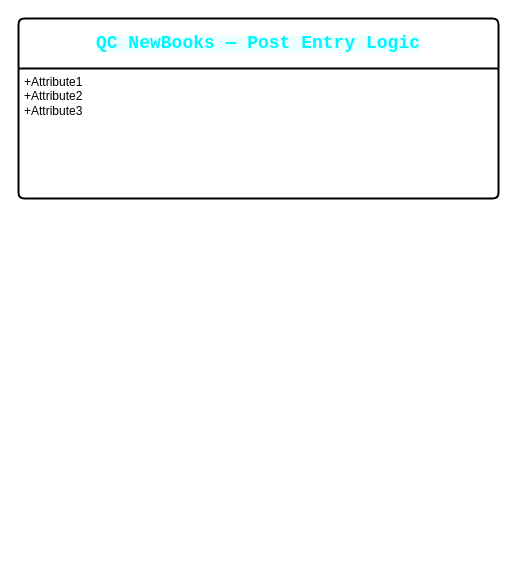
Earlier version of the draw.io diagram QC_NewBooks_Diagrams.drawio (RBOUHOUCHE/diagram-qc-new-books). Source tidied: cells renumbered, new cells numbered last; positions are measured from the earlier drawing's top-left corner, leaving out a move shared by most shapes. Both pictures are drawn from the tidied source at 100%, with x=0, y=0 at pixel (18, 18).
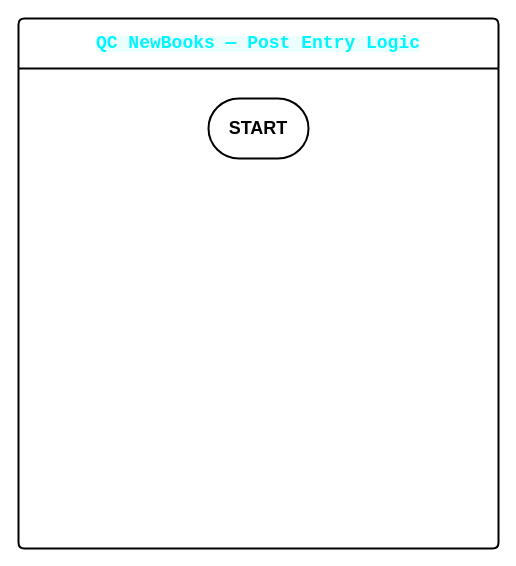
The same page after the edit.

What changed in the source:
```diff
@@
 <mxGraphModel>
   <root>
     <mxCell id="0" />
     <mxCell id="1" parent="0" />
     <mxCell id="2" value="&lt;span style=&quot;color: rgb(0, 245, 255); font-family: &amp;quot;Share Tech Mono&amp;quot;, monospace; text-align: start; background-color: rgba(0, 245, 255, 0.08);&quot;&gt;&lt;b style=&quot;&quot;&gt;&lt;font style=&quot;font-size: 18px;&quot;&gt;QC NewBooks — Post Entry Logic&lt;/font&gt;&lt;/b&gt;&lt;/span&gt;" style="swimlane;horizontal=1;startSize=50;rounded=1;fontSize=14;fontStyle=0;strokeWidth=2;shadow=0;dashed=0;align=center;arcSize=4;whiteSpace=wrap;html=1;" parent="1" vertex="1">
-      <mxGeometry width="480" height="180" as="geometry" />
+      <mxGeometry width="480" height="530" as="geometry" />
     </mxCell>
-    <mxCell id="3" value="+Attribute1&#10;+Attribute2&#10;+Attribute3" style="align=left;strokeColor=none;fillColor=none;spacingLeft=4;spacingRight=4;fontSize=12;verticalAlign=top;html=1;whiteSpace=wrap;" parent="2" vertex="1">
-      <mxGeometry y="50" width="480" height="130" as="geometry" />
-    </mxCell>
+    <mxCell id="4" value="&lt;b&gt;&lt;font style=&quot;font-size: 18px;&quot;&gt;START&lt;/font&gt;&lt;/b&gt;" style="strokeWidth=2;html=1;shape=mxgraph.flowchart.terminator;whiteSpace=wrap;" parent="1" vertex="1">
+      <mxGeometry x="190" y="80" width="100" height="60" as="geometry" />
+    </mxCell>
   </root>
 </mxGraphModel>
```
